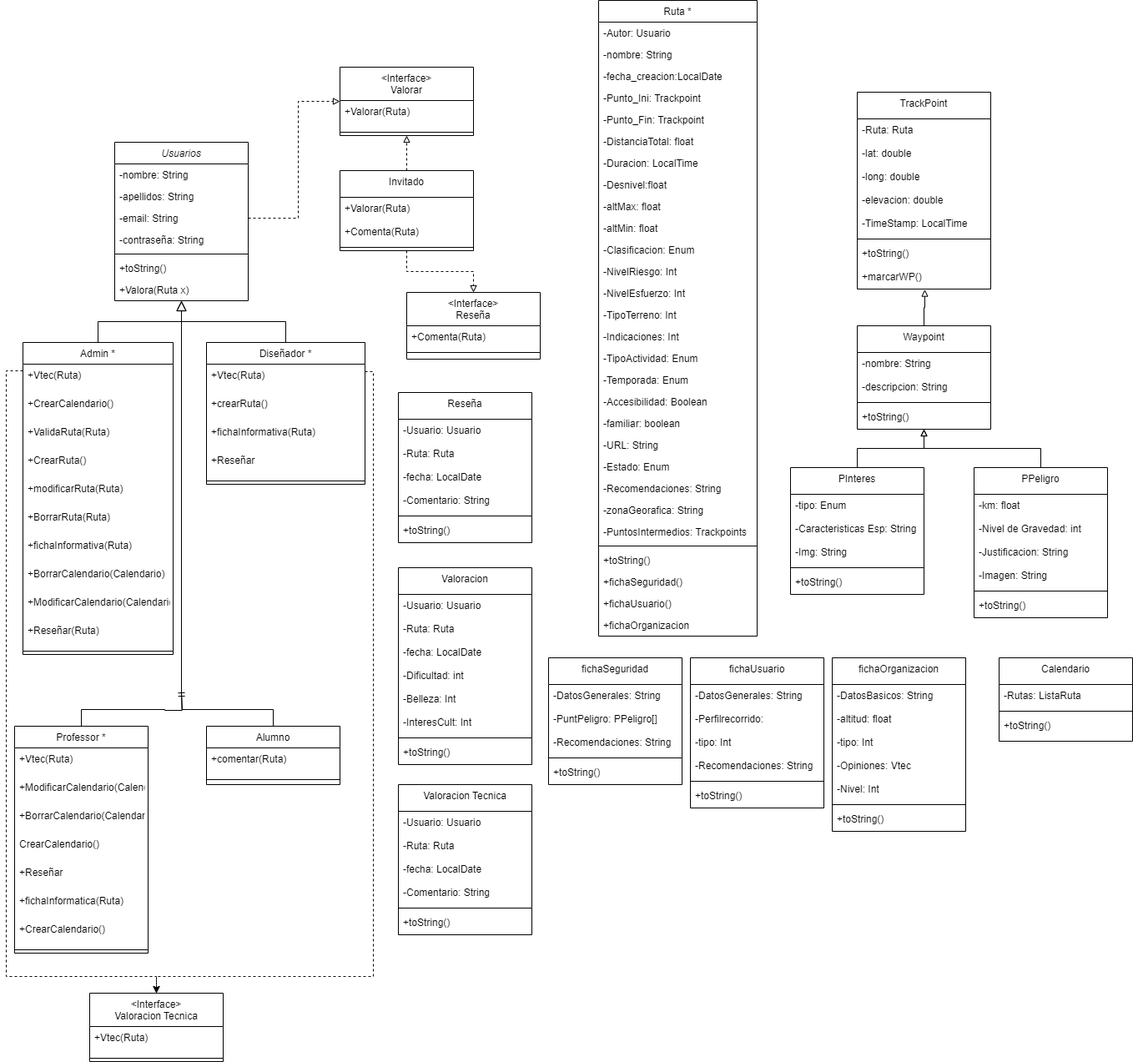
Earlier version of the draw.io export diagrama-clases.png (Rebeca467/FOURDAM). Source tidied: cells renumbered, new cells last; positions are measured from the earlier drawing's top-left corner, leaving out a move shared by most shapes.
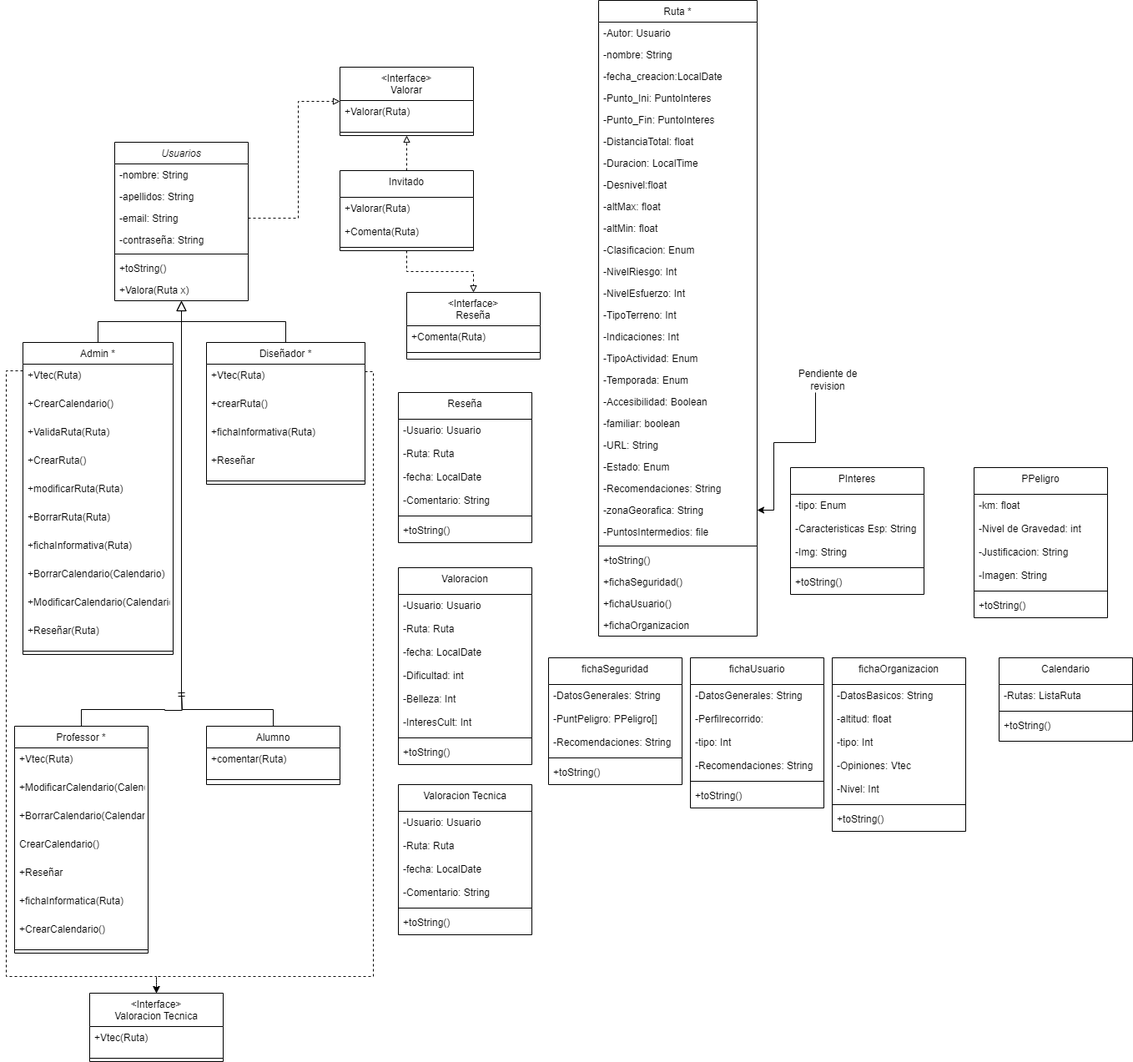
After the change.

Commit message:
Actualización del diagrama de clases

Diff of the diagram source:
```diff
@@ -116,10 +116,10 @@
     <mxCell id="35" value="-fecha_creacion:LocalDate" style="text;align=left;verticalAlign=top;spacingLeft=4;spacingRight=4;overflow=hidden;rounded=0;shadow=0;html=0;" parent="32" vertex="1">
       <mxGeometry y="78" width="190" height="26" as="geometry" />
     </mxCell>
-    <mxCell id="36" value="-Punto_Ini: Trackpoint" style="text;align=left;verticalAlign=top;spacingLeft=4;spacingRight=4;overflow=hidden;rounded=0;shadow=0;html=0;" parent="32" vertex="1">
+    <mxCell id="36" value="-Punto_Ini: PuntoInteres" style="text;align=left;verticalAlign=top;spacingLeft=4;spacingRight=4;overflow=hidden;rounded=0;shadow=0;html=0;" parent="32" vertex="1">
       <mxGeometry y="104" width="190" height="26" as="geometry" />
     </mxCell>
-    <mxCell id="37" value="-Punto_Fin: Trackpoint" style="text;align=left;verticalAlign=top;spacingLeft=4;spacingRight=4;overflow=hidden;rounded=0;shadow=0;html=0;" parent="32" vertex="1">
+    <mxCell id="37" value="-Punto_Fin: PuntoInteres" style="text;align=left;verticalAlign=top;spacingLeft=4;spacingRight=4;overflow=hidden;rounded=0;shadow=0;html=0;" parent="32" vertex="1">
       <mxGeometry y="130" width="190" height="26" as="geometry" />
     </mxCell>
     <mxCell id="38" value="-DistanciaTotal: float" style="text;align=left;verticalAlign=top;spacingLeft=4;spacingRight=4;overflow=hidden;rounded=0;shadow=0;html=0;" parent="32" vertex="1">
@@ -176,7 +176,7 @@
     <mxCell id="55" value="-zonaGeorafica: String" style="text;align=left;verticalAlign=top;spacingLeft=4;spacingRight=4;overflow=hidden;points=[[0,0.5],[1,0.5]];portConstraint=eastwest;rounded=0;shadow=0;html=0;" parent="32" vertex="1">
       <mxGeometry y="598" width="190" height="26" as="geometry" />
     </mxCell>
-    <mxCell id="56" value="-PuntosIntermedios: Trackpoints" style="text;align=left;verticalAlign=top;spacingLeft=4;spacingRight=4;overflow=hidden;rounded=0;shadow=0;html=0;" parent="32" vertex="1">
+    <mxCell id="56" value="-PuntosIntermedios: file" style="text;align=left;verticalAlign=top;spacingLeft=4;spacingRight=4;overflow=hidden;rounded=0;shadow=0;html=0;" parent="32" vertex="1">
       <mxGeometry y="624" width="190" height="26" as="geometry" />
     </mxCell>
     <mxCell id="57" style="line;html=1;strokeWidth=1;align=left;verticalAlign=middle;spacingTop=-1;spacingLeft=3;spacingRight=3;labelPosition=right;" parent="32" vertex="1">
@@ -304,54 +304,6 @@
     <mxCell id="92" style="line;html=1;strokeWidth=1;align=left;verticalAlign=middle;spacingTop=-1;spacingLeft=3;spacingRight=3;labelPosition=right;" parent="90" vertex="1">
       <mxGeometry y="68" width="160" height="8" as="geometry" />
     </mxCell>
-    <mxCell id="93" value="TrackPoint" style="swimlane;fontStyle=0;align=center;verticalAlign=top;horizontal=1;startSize=32;rounded=0;shadow=0;strokeWidth=1;" parent="1" vertex="1">
-      <mxGeometry x="1020" y="110" width="160" height="236" as="geometry" />
-    </mxCell>
-    <mxCell id="94" value="-Ruta: Ruta" style="text;align=left;verticalAlign=top;spacingLeft=4;spacingRight=4;overflow=hidden;" parent="93" vertex="1">
-      <mxGeometry y="32" width="160" height="28" as="geometry" />
-    </mxCell>
-    <mxCell id="95" value="-lat: double" style="text;align=left;verticalAlign=top;spacingLeft=4;spacingRight=4;overflow=hidden;" parent="93" vertex="1">
-      <mxGeometry y="60" width="160" height="28" as="geometry" />
-    </mxCell>
-    <mxCell id="96" value="-long: double" style="text;align=left;verticalAlign=top;spacingLeft=4;spacingRight=4;overflow=hidden;" parent="93" vertex="1">
-      <mxGeometry y="88" width="160" height="28" as="geometry" />
-    </mxCell>
-    <mxCell id="97" value="-elevacion: double" style="text;align=left;verticalAlign=top;spacingLeft=4;spacingRight=4;overflow=hidden;" parent="93" vertex="1">
-      <mxGeometry y="116" width="160" height="28" as="geometry" />
-    </mxCell>
-    <mxCell id="98" value="-TimeStamp: LocalTime" style="text;align=left;verticalAlign=top;spacingLeft=4;spacingRight=4;overflow=hidden;" parent="93" vertex="1">
-      <mxGeometry y="144" width="160" height="28" as="geometry" />
-    </mxCell>
-    <mxCell id="99" style="line;html=1;strokeWidth=1;align=left;verticalAlign=middle;spacingTop=-1;spacingLeft=3;spacingRight=3;labelPosition=right;" parent="93" vertex="1">
-      <mxGeometry y="172" width="160" height="8" as="geometry" />
-    </mxCell>
-    <mxCell id="100" value="+toString()" style="text;align=left;verticalAlign=top;spacingLeft=4;spacingRight=4;overflow=hidden;" parent="93" vertex="1">
-      <mxGeometry y="180" width="160" height="28" as="geometry" />
-    </mxCell>
-    <mxCell id="101" value="+marcarWP()" style="text;align=left;verticalAlign=top;spacingLeft=4;spacingRight=4;overflow=hidden;points=[[0,0.5],[1,0.5]];portConstraint=eastwest;" parent="93" vertex="1">
-      <mxGeometry y="208" width="160" height="28" as="geometry" />
-    </mxCell>
-    <mxCell id="102" value="Waypoint" style="swimlane;fontStyle=0;align=center;verticalAlign=top;horizontal=1;startSize=32;rounded=0;shadow=0;strokeWidth=1;" parent="1" vertex="1">
-      <mxGeometry x="1020" y="390" width="160" height="124" as="geometry" />
-    </mxCell>
-    <mxCell id="103" value="-nombre: String" style="text;align=left;verticalAlign=top;spacingLeft=4;spacingRight=4;overflow=hidden;" parent="102" vertex="1">
-      <mxGeometry y="32" width="160" height="28" as="geometry" />
-    </mxCell>
-    <mxCell id="104" value="-descripcion: String" style="text;align=left;verticalAlign=top;spacingLeft=4;spacingRight=4;overflow=hidden;" parent="102" vertex="1">
-      <mxGeometry y="60" width="160" height="28" as="geometry" />
-    </mxCell>
-    <mxCell id="105" style="line;html=1;strokeWidth=1;align=left;verticalAlign=middle;spacingTop=-1;spacingLeft=3;spacingRight=3;labelPosition=right;" parent="102" vertex="1">
-      <mxGeometry y="88" width="160" height="8" as="geometry" />
-    </mxCell>
-    <mxCell id="106" value="+toString()" style="text;align=left;verticalAlign=top;spacingLeft=4;spacingRight=4;overflow=hidden;" parent="102" vertex="1">
-      <mxGeometry y="96" width="160" height="28" as="geometry" />
-    </mxCell>
-    <mxCell id="107" style="edgeStyle=orthogonalEdgeStyle;rounded=0;jettySize=auto;html=1;entryX=0.506;entryY=1.021;entryDx=0;entryDy=0;entryPerimeter=0;endArrow=block;endFill=0;" parent="1" edge="1" source="102" target="101">
-      <mxGeometry relative="1" as="geometry" />
-    </mxCell>
-    <mxCell id="108" style="edgeStyle=orthogonalEdgeStyle;rounded=0;jettySize=auto;html=1;endArrow=block;endFill=0;" parent="1" edge="1" source="109" target="102">
-      <mxGeometry relative="1" as="geometry" />
-    </mxCell>
     <mxCell id="109" value="PInteres" style="swimlane;fontStyle=0;align=center;verticalAlign=top;horizontal=1;startSize=32;rounded=0;shadow=0;strokeWidth=1;" parent="1" vertex="1">
       <mxGeometry x="940" y="560" width="160" height="152" as="geometry" />
     </mxCell>
@@ -370,9 +322,6 @@
     <mxCell id="114" value="+toString()" style="text;align=left;verticalAlign=top;spacingLeft=4;spacingRight=4;overflow=hidden;" parent="109" vertex="1">
       <mxGeometry y="124" width="160" height="28" as="geometry" />
     </mxCell>
-    <mxCell id="115" style="edgeStyle=orthogonalEdgeStyle;rounded=0;jettySize=auto;html=1;endArrow=block;endFill=0;" parent="1" edge="1" source="116" target="102">
-      <mxGeometry relative="1" as="geometry" />
-    </mxCell>
     <mxCell id="116" value="PPeligro" style="swimlane;fontStyle=0;align=center;verticalAlign=top;horizontal=1;startSize=32;rounded=0;shadow=0;strokeWidth=1;" parent="1" vertex="1">
       <mxGeometry x="1160" y="560" width="160" height="180" as="geometry" />
     </mxCell>
@@ -538,5 +487,17 @@
     <mxCell id="170" value="+toString()" style="text;align=left;verticalAlign=top;spacingLeft=4;spacingRight=4;overflow=hidden;" parent="165" vertex="1">
       <mxGeometry y="124" width="160" height="28" as="geometry" />
     </mxCell>
+    <mxCell id="171" style="edgeStyle=orthogonalEdgeStyle;rounded=0;jettySize=auto;html=1;" parent="1" edge="1" source="172" target="55">
+      <mxGeometry relative="1" as="geometry">
+        <Array as="points">
+          <mxPoint x="970" y="530" />
+          <mxPoint x="920" y="530" />
+          <mxPoint x="920" y="611" />
+        </Array>
+      </mxGeometry>
+    </mxCell>
+    <mxCell id="172" value="Pendiente de revision" style="text;html=1;align=center;verticalAlign=middle;whiteSpace=wrap;rounded=0;" parent="1" vertex="1">
+      <mxGeometry x="940" y="440" width="90" height="30" as="geometry" />
+    </mxCell>
   </root>
 </mxGraphModel>
```
